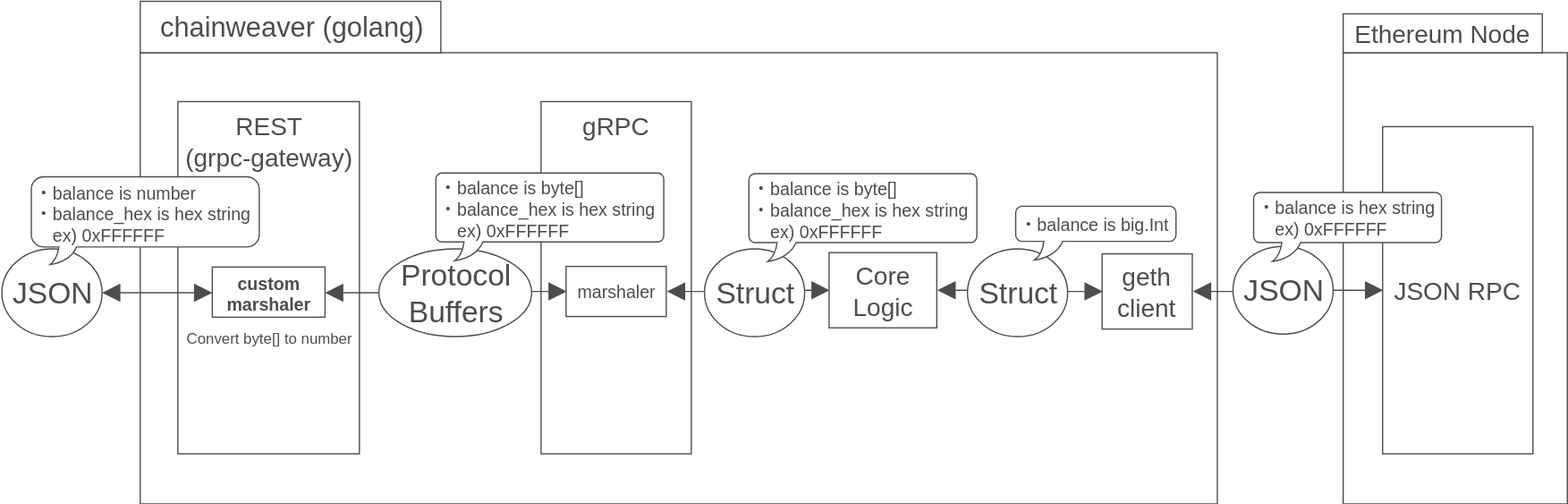
The draw.io diagram doc/data-flow.svg in chainweaver/protobuf, before a commit. Source tidied: cells renumbered, new cells last; positions are measured from the earlier drawing's top-left corner, leaving out a move shared by most shapes.
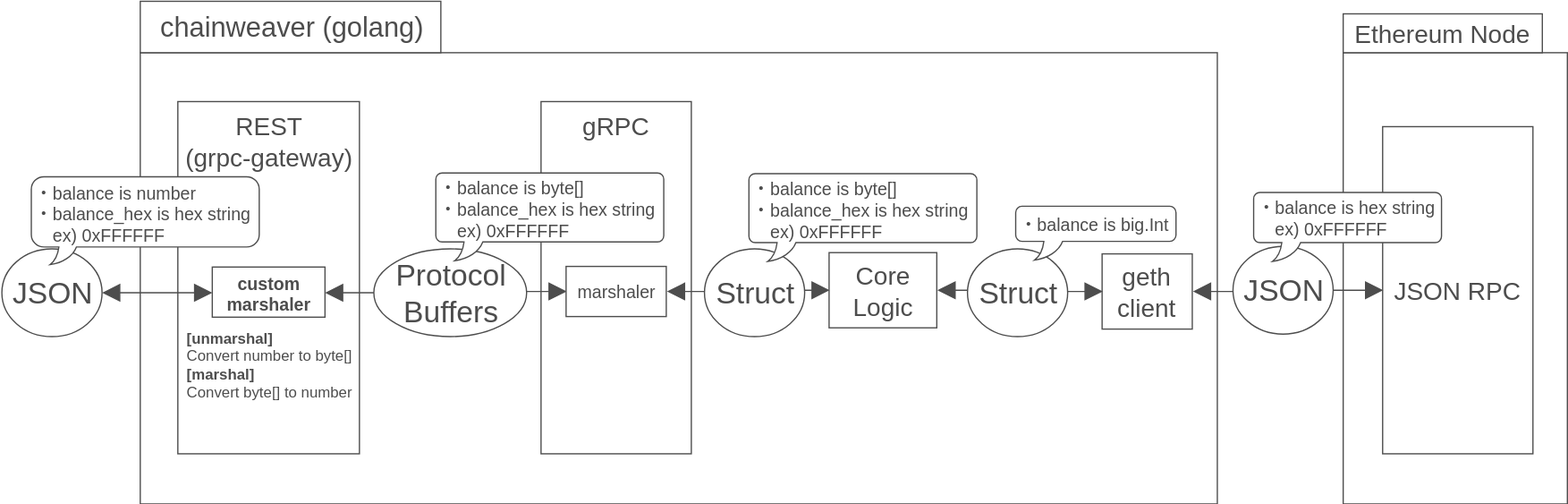
Later version of the same file.

Commit message:
Update data-flow

What changed in the source:
```diff
@@ -21,7 +21,7 @@
       <mxGeometry relative="1" as="geometry" />
     </mxCell>
     <mxCell id="8" value="Protocol&lt;br&gt;Buffers&lt;br&gt;" style="ellipse;whiteSpace=wrap;html=1;rounded=0;strokeColor=#4D4D4D;fontSize=24;fontColor=#4D4D4D;" parent="1" vertex="1">
-      <mxGeometry x="301.5" y="197.5" width="122" height="70" as="geometry" />
+      <mxGeometry x="297.5" y="197.5" width="122" height="70" as="geometry" />
     </mxCell>
     <mxCell id="9" value="&lt;font style=&quot;font-size: 20px&quot;&gt;Core&lt;br&gt;Logic&lt;/font&gt;" style="html=1;rounded=0;strokeColor=#4D4D4D;fontSize=18;fontColor=#4D4D4D;" parent="1" vertex="1">
       <mxGeometry x="661.5" y="201" width="86" height="60" as="geometry" />
@@ -65,8 +65,8 @@
     <mxCell id="22" value="&lt;font&gt;・balance is hex string&lt;br&gt;　ex) 0xFFFFFF&lt;br&gt;&lt;/font&gt;" style="whiteSpace=wrap;html=1;shape=mxgraph.basic.roundRectCallout;dx=30;dy=15;size=5;boundedLbl=1;rounded=0;strokeColor=#4D4D4D;fontSize=14;fontColor=#4D4D4D;align=left;" parent="1" vertex="1">
       <mxGeometry x="1000.5" y="153" width="150" height="55" as="geometry" />
     </mxCell>
-    <mxCell id="23" value="Convert byte[] to number" style="text;html=1;align=center;verticalAlign=top;spacingTop=-4;fontColor=#4D4D4D;" parent="1" vertex="1">
-      <mxGeometry x="139.5" y="260" width="150" height="20" as="geometry" />
+    <mxCell id="23" value="&lt;div style=&quot;text-align: left&quot;&gt;&lt;span&gt;&lt;b&gt;[unmarshal]&lt;/b&gt;&lt;/span&gt;&lt;br&gt;&lt;/div&gt;&lt;div style=&quot;text-align: left&quot;&gt;&lt;span&gt;Convert number to byte[]&lt;/span&gt;&lt;/div&gt;&lt;div style=&quot;text-align: left&quot;&gt;&lt;div&gt;&lt;span&gt;&lt;b&gt;[marshal]&lt;/b&gt;&lt;/span&gt;&lt;/div&gt;&lt;div&gt;&lt;span&gt;Convert byte[] to number&lt;/span&gt;&lt;/div&gt;&lt;/div&gt;" style="text;html=1;align=center;verticalAlign=top;spacingTop=-4;fontColor=#4D4D4D;" parent="1" vertex="1">
+      <mxGeometry x="139.5" y="260" width="150" height="60" as="geometry" />
     </mxCell>
     <mxCell id="24" value="Struct&lt;br&gt;" style="ellipse;whiteSpace=wrap;html=1;rounded=0;strokeColor=#4D4D4D;fontSize=24;fontColor=#4D4D4D;" parent="1" vertex="1">
       <mxGeometry x="561.5" y="197.5" width="80" height="70" as="geometry" />
```
